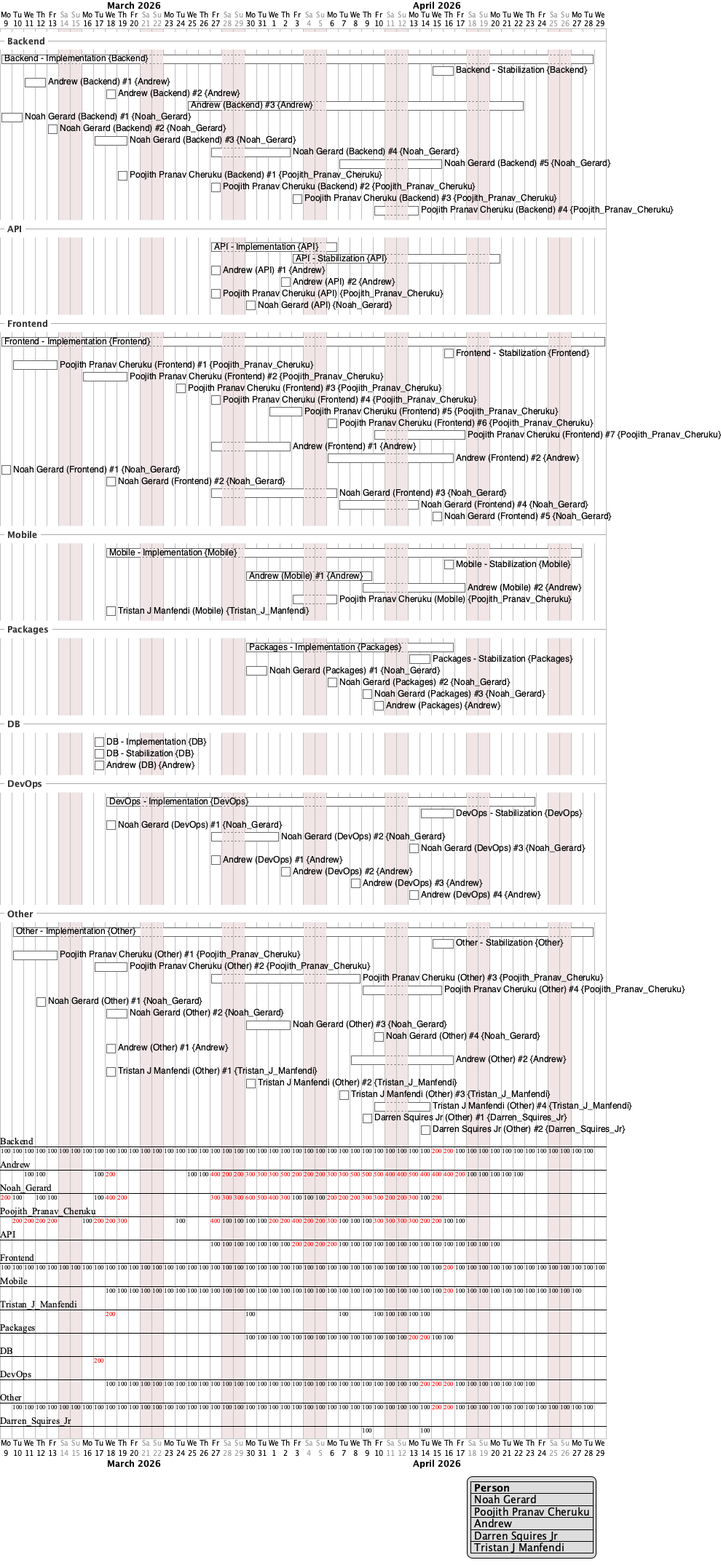
This is diagrams/g1.png from LargeProject/LatticeChat, a PlantUML export, as it was before one commit.
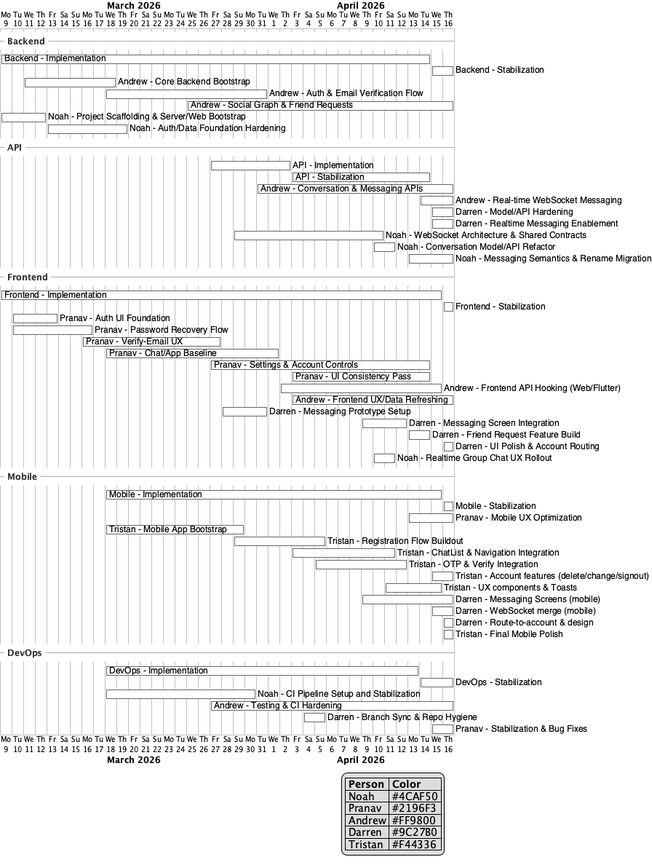
After the change.

The edit, as a diff of the source:
```diff
@@ -16,103 +16,87 @@
   FontColor #333333
 }
 }
+timeline {
+  ClosedDayBackground #F0F0F0
+}
+hide footbox
 </style>
 printscale daily
-saturday are closed
-sunday are closed
+hide resources footbox
 Project starts 2026-03-09
+
 legend right
-|= Person |
-| Noah Gerard |
-| Poojith Pranav Cheruku |
-| Andrew |
-| Darren Squires Jr |
-| Tristan J Manfendi |
+|= Person |= Color |
+| Noah | #4CAF50 |
+| Pranav | #2196F3 |
+| Andrew | #FF9800 |
+| Darren | #9C27B0 |
+| Tristan | #F44336 |
 endlegend
+
 -- Backend --
-[Backend - Implementation] on {Backend} starts 2026-03-09 and requires 37 days
-[Backend - Stabilization] on {Backend} starts 2026-04-15 and requires 2 days
-[Andrew (Backend) #1] on {Andrew} starts 2026-03-11 and requires 2 days
-[Andrew (Backend) #2] on {Andrew} starts 2026-03-18 and requires 1 days
-[Andrew (Backend) #3] on {Andrew} starts 2026-03-25 and requires 21 days
-[Noah Gerard (Backend) #1] on {Noah_Gerard} starts 2026-03-09 and requires 2 days
-[Noah Gerard (Backend) #2] on {Noah_Gerard} starts 2026-03-13 and requires 1 days
-[Noah Gerard (Backend) #3] on {Noah_Gerard} starts 2026-03-17 and requires 3 days
-[Noah Gerard (Backend) #4] on {Noah_Gerard} starts 2026-03-27 and requires 5 days
-[Noah Gerard (Backend) #5] on {Noah_Gerard} starts 2026-04-07 and requires 7 days
-[Poojith Pranav Cheruku (Backend) #1] on {Poojith_Pranav_Cheruku} starts 2026-03-19 and requires 1 days
-[Poojith Pranav Cheruku (Backend) #2] on {Poojith_Pranav_Cheruku} starts 2026-03-27 and requires 1 days
-[Poojith Pranav Cheruku (Backend) #3] on {Poojith_Pranav_Cheruku} starts 2026-04-03 and requires 1 days
-[Poojith Pranav Cheruku (Backend) #4] on {Poojith_Pranav_Cheruku} starts 2026-04-10 and requires 2 days
+[Backend - Implementation] starts 2026-03-09 and requires 37 days
+[Backend - Stabilization] starts 2026-04-15 and requires 2 days
+
+[Andrew - Core Backend Bootstrap] starts 2026-03-11 and requires 8 days
+[Andrew - Auth & Email Verification Flow] starts 2026-03-18 and requires 14 days
+[Andrew - Social Graph & Friend Requests] starts 2026-03-25 and requires 23 days
+[Noah - Project Scaffolding & Server/Web Bootstrap] starts 2026-03-09 and requires 4 days
+[Noah - Auth/Data Foundation Hardening] starts 2026-03-13 and requires 7 days
+
 -- API --
-[API - Implementation] on {API} starts 2026-03-27 and requires 7 days
-[API - Stabilization] on {API} starts 2026-04-03 and requires 12 days
-[Andrew (API) #1] on {Andrew} starts 2026-03-27 and requires 1 days
-[Andrew (API) #2] on {Andrew} starts 2026-04-02 and requires 1 days
-[Poojith Pranav Cheruku (API)] on {Poojith_Pranav_Cheruku} starts 2026-03-27 and requires 1 days
-[Noah Gerard (API)] on {Noah_Gerard} starts 2026-03-29 and requires 1 days
+[API - Implementation] starts 2026-03-27 and requires 7 days
+[API - Stabilization] starts 2026-04-03 and requires 12 days
+[Andrew - Conversation & Messaging APIs] starts 2026-03-31 and requires 17 days
+[Andrew - Real-time WebSocket Messaging] starts 2026-04-14 and requires 3 days
+[Darren - Model/API Hardening] starts 2026-04-15 and requires 2 days
+[Darren - Realtime Messaging Enablement] starts 2026-04-15 and requires 2 days
+[Noah - WebSocket Architecture & Shared Contracts] starts 2026-03-29 and requires 13 days
+[Noah - Conversation Model/API Refactor] starts 2026-04-10 and requires 2 days
+[Noah - Messaging Semantics & Rename Migration] starts 2026-04-13 and requires 4 days
+
 -- Frontend --
-[Frontend - Implementation] on {Frontend} starts 2026-03-09 and requires 38 days
-[Frontend - Stabilization] on {Frontend} starts 2026-04-16 and requires 1 days
-[Poojith Pranav Cheruku (Frontend) #1] on {Poojith_Pranav_Cheruku} starts 2026-03-10 and requires 4 days
-[Poojith Pranav Cheruku (Frontend) #2] on {Poojith_Pranav_Cheruku} starts 2026-03-16 and requires 4 days
-[Poojith Pranav Cheruku (Frontend) #3] on {Poojith_Pranav_Cheruku} starts 2026-03-24 and requires 1 days
-[Poojith Pranav Cheruku (Frontend) #4] on {Poojith_Pranav_Cheruku} starts 2026-03-27 and requires 1 days
-[Poojith Pranav Cheruku (Frontend) #5] on {Poojith_Pranav_Cheruku} starts 2026-04-01 and requires 3 days
-[Poojith Pranav Cheruku (Frontend) #6] on {Poojith_Pranav_Cheruku} starts 2026-04-06 and requires 1 days
-[Poojith Pranav Cheruku (Frontend) #7] on {Poojith_Pranav_Cheruku} starts 2026-04-10 and requires 6 days
-[Andrew (Frontend) #1] on {Andrew} starts 2026-03-27 and requires 5 days
-[Andrew (Frontend) #2] on {Andrew} starts 2026-04-05 and requires 9 days
-[Noah Gerard (Frontend) #1] on {Noah_Gerard} starts 2026-03-09 and requires 1 days
-[Noah Gerard (Frontend) #2] on {Noah_Gerard} starts 2026-03-18 and requires 1 days
-[Noah Gerard (Frontend) #3] on {Noah_Gerard} starts 2026-03-27 and requires 7 days
-[Noah Gerard (Frontend) #4] on {Noah_Gerard} starts 2026-04-07 and requires 5 days
-[Noah Gerard (Frontend) #5] on {Noah_Gerard} starts 2026-04-15 and requires 1 days
+[Frontend - Implementation] starts 2026-03-09 and requires 38 days
+[Frontend - Stabilization] starts 2026-04-16 and requires 1 days
+[Pranav - Auth UI Foundation] starts 2026-03-10 and requires 4 days
+[Pranav - Password Recovery Flow] starts 2026-03-10 and requires 7 days
+[Pranav - Verify-Email UX] starts 2026-03-16 and requires 12 days
+[Pranav - Chat/App Baseline] starts 2026-03-18 and requires 15 days
+[Pranav - Settings & Account Controls] starts 2026-03-27 and requires 19 days
+[Pranav - UI Consistency Pass] starts 2026-04-03 and requires 12 days
+[Andrew - Frontend API Hooking (Web/Flutter)] starts 2026-04-02 and requires 14 days
+[Andrew - Frontend UX/Data Refreshing] starts 2026-04-03 and requires 14 days
+[Darren - Messaging Prototype Setup] starts 2026-03-28 and requires 4 days
+[Darren - Messaging Screen Integration] starts 2026-04-09 and requires 4 days
+[Darren - Friend Request Feature Build] starts 2026-04-13 and requires 2 days
+[Darren - UI Polish & Account Routing] starts 2026-04-16 and requires 1 days
+[Noah - Realtime Group Chat UX Rollout] starts 2026-04-10 and requires 2 days
+
 -- Mobile --
-[Mobile - Implementation] on {Mobile} starts 2026-03-18 and requires 29 days
-[Mobile - Stabilization] on {Mobile} starts 2026-04-16 and requires 1 days
-[Andrew (Mobile) #1] on {Andrew} starts 2026-03-28 and requires 9 days
-[Andrew (Mobile) #2] on {Andrew} starts 2026-04-09 and requires 7 days
-[Poojith Pranav Cheruku (Mobile)] on {Poojith_Pranav_Cheruku} starts 2026-04-03 and requires 2 days
-[Tristan J Manfendi (Mobile)] on {Tristan_J_Manfendi} starts 2026-03-18 and requires 1 days
--- Packages --
-[Packages - Implementation] on {Packages} starts 2026-03-28 and requires 14 days
-[Packages - Stabilization] on {Packages} starts 2026-04-11 and requires 2 days
-[Noah Gerard (Packages) #1] on {Noah_Gerard} starts 2026-03-28 and requires 2 days
-[Noah Gerard (Packages) #2] on {Noah_Gerard} starts 2026-04-05 and requires 1 days
-[Noah Gerard (Packages) #3] on {Noah_Gerard} starts 2026-04-09 and requires 1 days
-[Andrew (Packages)] on {Andrew} starts 2026-04-10 and requires 1 days
--- DB --
-[DB - Implementation] on {DB} starts 2026-03-17 and requires 1 days
-[DB - Stabilization] on {DB} starts 2026-03-17 and requires 1 days
-[Andrew (DB)] on {Andrew} starts 2026-03-17 and requires 1 days
+[Mobile - Implementation] starts 2026-03-18 and requires 29 days
+[Mobile - Stabilization] starts 2026-04-16 and requires 1 days
+
+[Pranav - Mobile UX Optimization] starts 2026-04-13 and requires 4 days
+[Tristan - Mobile App Bootstrap] starts 2026-03-18 and requires 12 days
+[Tristan - Registration Flow Buildout] starts 2026-03-29 and requires 8 days
+[Tristan - ChatList & Navigation Integration] starts 2026-04-03 and requires 9 days
+[Tristan - OTP & Verify Integration] starts 2026-04-05 and requires 8 days
+[Tristan - Account features (delete/change/signout)] starts 2026-04-15 and requires 2 days
+[Tristan - UX components & Toasts] starts 2026-04-11 and requires 5 days
+
+[Darren - Messaging Screens (mobile)] starts 2026-04-09 and requires 8 days
+[Darren - WebSocket merge (mobile)] starts 2026-04-15 and requires 2 days
+[Darren - Route-to-account & design] starts 2026-04-16 and requires 1 days
+[Pranav - Mobile UX Optimization] starts 2026-04-13 and requires 4 days
+[Tristan - Mobile App Bootstrap] starts 2026-03-18 and requires 12 days
+[Tristan - Final Mobile Polish] starts 2026-04-16 and requires 1 days
+
 -- DevOps --
-[DevOps - Implementation] on {DevOps} starts 2026-03-18 and requires 27 days
-[DevOps - Stabilization] on {DevOps} starts 2026-04-14 and requires 3 days
-[Noah Gerard (DevOps) #1] on {Noah_Gerard} starts 2026-03-18 and requires 1 days
-[Noah Gerard (DevOps) #2] on {Noah_Gerard} starts 2026-03-27 and requires 4 days
-[Noah Gerard (DevOps) #3] on {Noah_Gerard} starts 2026-04-13 and requires 1 days
-[Andrew (DevOps) #1] on {Andrew} starts 2026-03-27 and requires 1 days
-[Andrew (DevOps) #2] on {Andrew} starts 2026-04-02 and requires 1 days
-[Andrew (DevOps) #3] on {Andrew} starts 2026-04-08 and requires 1 days
-[Andrew (DevOps) #4] on {Andrew} starts 2026-04-13 and requires 1 days
--- Other --
-[Other - Implementation] on {Other} starts 2026-03-10 and requires 36 days
-[Other - Stabilization] on {Other} starts 2026-04-15 and requires 2 days
-[Poojith Pranav Cheruku (Other) #1] on {Poojith_Pranav_Cheruku} starts 2026-03-10 and requires 4 days
-[Poojith Pranav Cheruku (Other) #2] on {Poojith_Pranav_Cheruku} starts 2026-03-17 and requires 3 days
-[Poojith Pranav Cheruku (Other) #3] on {Poojith_Pranav_Cheruku} starts 2026-03-27 and requires 9 days
-[Poojith Pranav Cheruku (Other) #4] on {Poojith_Pranav_Cheruku} starts 2026-04-09 and requires 5 days
-[Noah Gerard (Other) #1] on {Noah_Gerard} starts 2026-03-12 and requires 1 days
-[Noah Gerard (Other) #2] on {Noah_Gerard} starts 2026-03-18 and requires 2 days
-[Noah Gerard (Other) #3] on {Noah_Gerard} starts 2026-03-29 and requires 4 days
-[Noah Gerard (Other) #4] on {Noah_Gerard} starts 2026-04-10 and requires 1 days
-[Andrew (Other) #1] on {Andrew} starts 2026-03-18 and requires 1 days
-[Andrew (Other) #2] on {Andrew} starts 2026-04-08 and requires 7 days
-[Tristan J Manfendi (Other) #1] on {Tristan_J_Manfendi} starts 2026-03-18 and requires 1 days
-[Tristan J Manfendi (Other) #2] on {Tristan_J_Manfendi} starts 2026-03-28 and requires 1 days
-[Tristan J Manfendi (Other) #3] on {Tristan_J_Manfendi} starts 2026-04-07 and requires 1 days
-[Tristan J Manfendi (Other) #4] on {Tristan_J_Manfendi} starts 2026-04-10 and requires 3 days
-[Darren Squires Jr (Other) #1] on {Darren_Squires_Jr} starts 2026-04-09 and requires 1 days
-[Darren Squires Jr (Other) #2] on {Darren_Squires_Jr} starts 2026-04-14 and requires 1 days
+[DevOps - Implementation] starts 2026-03-18 and requires 27 days
+[DevOps - Stabilization] starts 2026-04-14 and requires 3 days
+[Noah - CI Pipeline Setup and Stabilization] starts 2026-03-18 and requires 13 days
+[Andrew - Testing & CI Hardening] starts 2026-03-27 and requires 21 days
+[Darren - Branch Sync & Repo Hygiene] starts 2026-04-04 and requires 2 days
+[Pranav - Stabilization & Bug Fixes] starts 2026-04-15 and requires 2 days
+
 @endgantt
```
